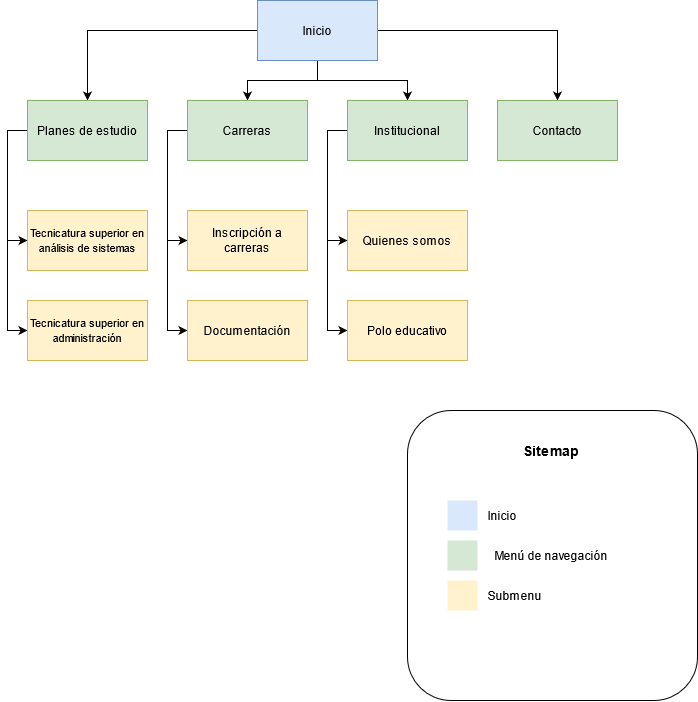
Above: Documentacion/Sitemap.png in EmanuelSotomayor/potrero-digital-proyectofinal (draw.io), before the change. Source tidied: cells renumbered, new cells last; positions are measured from the earlier drawing's top-left corner, leaving out a move shared by most shapes. Its diagram source:
```xml
<mxGraphModel>
  <root>
    <mxCell id="0" />
    <mxCell id="1" parent="0" />
    <mxCell id="2" style="edgeStyle=orthogonalEdgeStyle;rounded=0;jettySize=auto;html=1;entryX=0.5;entryY=0;entryDx=0;entryDy=0;" parent="1" edge="1" source="6" target="12">
      <mxGeometry relative="1" as="geometry" />
    </mxCell>
    <mxCell id="3" style="edgeStyle=orthogonalEdgeStyle;rounded=0;jettySize=auto;html=1;entryX=0.5;entryY=0;entryDx=0;entryDy=0;" parent="1" edge="1" source="6" target="9">
      <mxGeometry relative="1" as="geometry" />
    </mxCell>
    <mxCell id="4" style="edgeStyle=orthogonalEdgeStyle;rounded=0;jettySize=auto;html=1;entryX=0.5;entryY=0;entryDx=0;entryDy=0;" parent="1" edge="1" source="6" target="16">
      <mxGeometry relative="1" as="geometry" />
    </mxCell>
    <mxCell id="5" style="edgeStyle=orthogonalEdgeStyle;rounded=0;jettySize=auto;html=1;entryX=0.5;entryY=0;entryDx=0;entryDy=0;" parent="1" edge="1" source="6" target="15">
      <mxGeometry relative="1" as="geometry" />
    </mxCell>
    <mxCell id="6" value="Inicio" style="rounded=0;whiteSpace=wrap;html=1;strokeColor=#6c8ebf;fillColor=#dae8fc;" parent="1" vertex="1">
      <mxGeometry x="250" width="120" height="60" as="geometry" />
    </mxCell>
    <mxCell id="7" style="edgeStyle=orthogonalEdgeStyle;rounded=0;jettySize=auto;html=1;entryX=0;entryY=0.5;entryDx=0;entryDy=0;" parent="1" edge="1" source="9" target="20">
      <mxGeometry relative="1" as="geometry">
        <Array as="points">
          <mxPoint y="130" />
          <mxPoint y="330" />
        </Array>
      </mxGeometry>
    </mxCell>
    <mxCell id="8" style="edgeStyle=orthogonalEdgeStyle;rounded=0;jettySize=auto;html=1;entryX=0;entryY=0.5;entryDx=0;entryDy=0;exitX=0;exitY=0.5;exitDx=0;exitDy=0;" parent="1" edge="1" source="9" target="19">
      <mxGeometry relative="1" as="geometry">
        <Array as="points">
          <mxPoint y="130" />
          <mxPoint y="240" />
        </Array>
      </mxGeometry>
    </mxCell>
    <mxCell id="9" value="Planes de estudio" style="rounded=0;whiteSpace=wrap;html=1;strokeColor=#82b366;fillColor=#d5e8d4;" parent="1" vertex="1">
      <mxGeometry x="20" y="100" width="120" height="60" as="geometry" />
    </mxCell>
    <mxCell id="10" style="edgeStyle=orthogonalEdgeStyle;rounded=0;jettySize=auto;html=1;entryX=0;entryY=0.5;entryDx=0;entryDy=0;exitX=0;exitY=0.5;exitDx=0;exitDy=0;" parent="1" edge="1" source="12" target="17">
      <mxGeometry relative="1" as="geometry">
        <Array as="points">
          <mxPoint x="160" y="130" />
          <mxPoint x="160" y="240" />
        </Array>
      </mxGeometry>
    </mxCell>
    <mxCell id="11" style="edgeStyle=orthogonalEdgeStyle;rounded=0;jettySize=auto;html=1;exitX=0;exitY=0.5;exitDx=0;exitDy=0;entryX=0;entryY=0.5;entryDx=0;entryDy=0;" parent="1" edge="1" source="12" target="18">
      <mxGeometry relative="1" as="geometry" />
    </mxCell>
    <mxCell id="12" value="Carreras" style="rounded=0;whiteSpace=wrap;html=1;strokeColor=#82b366;fillColor=#d5e8d4;" parent="1" vertex="1">
      <mxGeometry x="180" y="100" width="120" height="60" as="geometry" />
    </mxCell>
    <mxCell id="13" style="edgeStyle=orthogonalEdgeStyle;rounded=0;jettySize=auto;html=1;entryX=0;entryY=0.5;entryDx=0;entryDy=0;exitX=0;exitY=0.5;exitDx=0;exitDy=0;" parent="1" edge="1" source="15" target="21">
      <mxGeometry relative="1" as="geometry">
        <Array as="points">
          <mxPoint x="320" y="130" />
          <mxPoint x="320" y="240" />
        </Array>
      </mxGeometry>
    </mxCell>
    <mxCell id="14" style="edgeStyle=orthogonalEdgeStyle;rounded=0;jettySize=auto;html=1;entryX=0;entryY=0.5;entryDx=0;entryDy=0;" parent="1" edge="1" source="15" target="22">
      <mxGeometry relative="1" as="geometry">
        <Array as="points">
          <mxPoint x="320" y="130" />
          <mxPoint x="320" y="330" />
        </Array>
      </mxGeometry>
    </mxCell>
    <mxCell id="15" value="Institucional" style="rounded=0;whiteSpace=wrap;html=1;strokeColor=#82b366;fillColor=#d5e8d4;" parent="1" vertex="1">
      <mxGeometry x="340" y="100" width="120" height="60" as="geometry" />
    </mxCell>
    <mxCell id="16" value="Contacto" style="rounded=0;whiteSpace=wrap;html=1;strokeColor=#82b366;fillColor=#d5e8d4;" parent="1" vertex="1">
      <mxGeometry x="490" y="100" width="120" height="60" as="geometry" />
    </mxCell>
    <mxCell id="17" value="Inscripción a carreras" style="rounded=0;whiteSpace=wrap;html=1;strokeColor=#d6b656;fillColor=#fff2cc;" parent="1" vertex="1">
      <mxGeometry x="180" y="210" width="120" height="60" as="geometry" />
    </mxCell>
    <mxCell id="18" value="Documentación" style="rounded=0;whiteSpace=wrap;html=1;strokeColor=#d6b656;fillColor=#fff2cc;" parent="1" vertex="1">
      <mxGeometry x="180" y="300" width="120" height="60" as="geometry" />
    </mxCell>
    <mxCell id="19" value="&lt;font style=&quot;font-size: 11px&quot;&gt;Tecnicatura superior en análisis de sistemas&lt;/font&gt;" style="rounded=0;whiteSpace=wrap;html=1;strokeColor=#d6b656;fillColor=#fff2cc;" parent="1" vertex="1">
      <mxGeometry x="20" y="210" width="120" height="60" as="geometry" />
    </mxCell>
    <mxCell id="20" value="&lt;font style=&quot;font-size: 11px&quot;&gt;Tecnicatura superior en administración&lt;br&gt;&lt;/font&gt;" style="rounded=0;whiteSpace=wrap;html=1;strokeColor=#d6b656;fillColor=#fff2cc;" parent="1" vertex="1">
      <mxGeometry x="20" y="300" width="120" height="60" as="geometry" />
    </mxCell>
    <mxCell id="21" value="Quienes somos" style="rounded=0;whiteSpace=wrap;html=1;strokeColor=#d6b656;fillColor=#fff2cc;" parent="1" vertex="1">
      <mxGeometry x="340" y="210" width="120" height="60" as="geometry" />
    </mxCell>
    <mxCell id="22" value="Polo educativo" style="rounded=0;whiteSpace=wrap;html=1;strokeColor=#d6b656;fillColor=#fff2cc;" parent="1" vertex="1">
      <mxGeometry x="340" y="300" width="120" height="60" as="geometry" />
    </mxCell>
    <mxCell id="23" style="rounded=1;whiteSpace=wrap;html=1;" parent="1" vertex="1">
      <mxGeometry x="400" y="410" width="290" height="290" as="geometry" />
    </mxCell>
    <mxCell id="24" style="whiteSpace=wrap;html=1;fillColor=#dae8fc;strokeColor=none;" parent="1" vertex="1">
      <mxGeometry x="440" y="500" width="30" height="30" as="geometry" />
    </mxCell>
    <mxCell id="25" style="whiteSpace=wrap;html=1;fillColor=#d5e8d4;strokeColor=none;" parent="1" vertex="1">
      <mxGeometry x="440" y="540" width="30" height="30" as="geometry" />
    </mxCell>
    <mxCell id="26" style="whiteSpace=wrap;html=1;fillColor=#fff2cc;strokeColor=none;" parent="1" vertex="1">
      <mxGeometry x="440" y="580" width="30" height="30" as="geometry" />
    </mxCell>
    <mxCell id="27" value="Inicio" style="text;html=1;strokeColor=none;fillColor=none;align=center;verticalAlign=middle;whiteSpace=wrap;rounded=0;" parent="1" vertex="1">
      <mxGeometry x="480" y="505" width="30" height="20" as="geometry" />
    </mxCell>
    <mxCell id="28" value="Menú de navegación" style="text;html=1;strokeColor=none;fillColor=none;align=center;verticalAlign=middle;whiteSpace=wrap;rounded=0;" parent="1" vertex="1">
      <mxGeometry x="480" y="545" width="127.5" height="20" as="geometry" />
    </mxCell>
    <mxCell id="29" value="Submenu" style="text;html=1;strokeColor=none;fillColor=none;align=center;verticalAlign=middle;whiteSpace=wrap;rounded=0;" parent="1" vertex="1">
      <mxGeometry x="480" y="585" width="55" height="20" as="geometry" />
    </mxCell>
    <mxCell id="30" value="&lt;font style=&quot;font-size: 14px&quot;&gt;&lt;b&gt;Sitemap&lt;/b&gt;&lt;/font&gt;" style="text;html=1;strokeColor=none;fillColor=none;align=center;verticalAlign=middle;whiteSpace=wrap;rounded=0;" parent="1" vertex="1">
      <mxGeometry x="523.8" y="440" width="40" height="20" as="geometry" />
    </mxCell>
  </root>
</mxGraphModel>
```
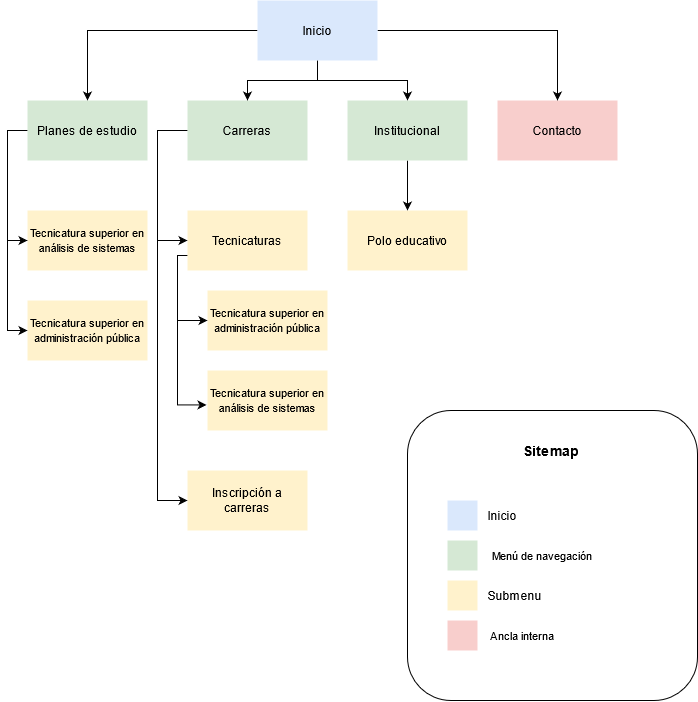
Above is the later version.

Change to the diagram source:
```diff
@@ -14,7 +14,7 @@
     <mxCell id="5" style="edgeStyle=orthogonalEdgeStyle;rounded=0;jettySize=auto;html=1;entryX=0.5;entryY=0;entryDx=0;entryDy=0;" parent="1" edge="1" source="6" target="15">
       <mxGeometry relative="1" as="geometry" />
     </mxCell>
-    <mxCell id="6" value="Inicio" style="rounded=0;whiteSpace=wrap;html=1;strokeColor=#6c8ebf;fillColor=#dae8fc;" parent="1" vertex="1">
+    <mxCell id="6" value="Inicio" style="rounded=0;whiteSpace=wrap;html=1;fillColor=#dae8fc;strokeColor=none;" parent="1" vertex="1">
       <mxGeometry x="250" width="120" height="60" as="geometry" />
     </mxCell>
     <mxCell id="7" style="edgeStyle=orthogonalEdgeStyle;rounded=0;jettySize=auto;html=1;entryX=0;entryY=0.5;entryDx=0;entryDy=0;" parent="1" edge="1" source="9" target="20">
@@ -33,62 +33,67 @@
         </Array>
       </mxGeometry>
     </mxCell>
-    <mxCell id="9" value="Planes de estudio" style="rounded=0;whiteSpace=wrap;html=1;strokeColor=#82b366;fillColor=#d5e8d4;" parent="1" vertex="1">
+    <mxCell id="9" value="Planes de estudio" style="rounded=0;whiteSpace=wrap;html=1;fillColor=#d5e8d4;strokeColor=none;" parent="1" vertex="1">
       <mxGeometry x="20" y="100" width="120" height="60" as="geometry" />
     </mxCell>
     <mxCell id="10" style="edgeStyle=orthogonalEdgeStyle;rounded=0;jettySize=auto;html=1;entryX=0;entryY=0.5;entryDx=0;entryDy=0;exitX=0;exitY=0.5;exitDx=0;exitDy=0;" parent="1" edge="1" source="12" target="17">
       <mxGeometry relative="1" as="geometry">
         <Array as="points">
-          <mxPoint x="160" y="130" />
-          <mxPoint x="160" y="240" />
+          <mxPoint x="150" y="130" />
+          <mxPoint x="150" y="240" />
         </Array>
       </mxGeometry>
     </mxCell>
     <mxCell id="11" style="edgeStyle=orthogonalEdgeStyle;rounded=0;jettySize=auto;html=1;exitX=0;exitY=0.5;exitDx=0;exitDy=0;entryX=0;entryY=0.5;entryDx=0;entryDy=0;" parent="1" edge="1" source="12" target="18">
-      <mxGeometry relative="1" as="geometry" />
+      <mxGeometry relative="1" as="geometry">
+        <Array as="points">
+          <mxPoint x="150" y="130" />
+          <mxPoint x="150" y="500" />
+        </Array>
+      </mxGeometry>
     </mxCell>
-    <mxCell id="12" value="Carreras" style="rounded=0;whiteSpace=wrap;html=1;strokeColor=#82b366;fillColor=#d5e8d4;" parent="1" vertex="1">
+    <mxCell id="12" value="Carreras" style="rounded=0;whiteSpace=wrap;html=1;fillColor=#d5e8d4;strokeColor=none;" parent="1" vertex="1">
       <mxGeometry x="180" y="100" width="120" height="60" as="geometry" />
     </mxCell>
-    <mxCell id="13" style="edgeStyle=orthogonalEdgeStyle;rounded=0;jettySize=auto;html=1;entryX=0;entryY=0.5;entryDx=0;entryDy=0;exitX=0;exitY=0.5;exitDx=0;exitDy=0;" parent="1" edge="1" source="15" target="21">
-      <mxGeometry relative="1" as="geometry">
-        <Array as="points">
-          <mxPoint x="320" y="130" />
-          <mxPoint x="320" y="240" />
-        </Array>
-      </mxGeometry>
-    </mxCell>
-    <mxCell id="14" style="edgeStyle=orthogonalEdgeStyle;rounded=0;jettySize=auto;html=1;entryX=0;entryY=0.5;entryDx=0;entryDy=0;" parent="1" edge="1" source="15" target="22">
-      <mxGeometry relative="1" as="geometry">
-        <Array as="points">
-          <mxPoint x="320" y="130" />
-          <mxPoint x="320" y="330" />
-        </Array>
-      </mxGeometry>
+    <mxCell id="14" style="edgeStyle=orthogonalEdgeStyle;rounded=0;jettySize=auto;html=1;entryX=0.5;entryY=0;entryDx=0;entryDy=0;" parent="1" edge="1" source="15" target="22">
+      <mxGeometry relative="1" as="geometry" />
     </mxCell>
-    <mxCell id="15" value="Institucional" style="rounded=0;whiteSpace=wrap;html=1;strokeColor=#82b366;fillColor=#d5e8d4;" parent="1" vertex="1">
+    <mxCell id="15" value="Institucional" style="rounded=0;whiteSpace=wrap;html=1;fillColor=#d5e8d4;strokeColor=none;" parent="1" vertex="1">
       <mxGeometry x="340" y="100" width="120" height="60" as="geometry" />
     </mxCell>
-    <mxCell id="16" value="Contacto" style="rounded=0;whiteSpace=wrap;html=1;strokeColor=#82b366;fillColor=#d5e8d4;" parent="1" vertex="1">
+    <mxCell id="16" value="Contacto" style="rounded=0;whiteSpace=wrap;html=1;fillColor=#f8cecc;strokeColor=none;" parent="1" vertex="1">
       <mxGeometry x="490" y="100" width="120" height="60" as="geometry" />
     </mxCell>
+    <mxCell id="31" style="edgeStyle=orthogonalEdgeStyle;rounded=0;jettySize=auto;html=1;exitX=0;exitY=0.75;exitDx=0;exitDy=0;entryX=0;entryY=0.5;entryDx=0;entryDy=0;" parent="1" edge="1" source="17" target="36">
+      <mxGeometry relative="1" as="geometry">
+        <Array as="points">
+          <mxPoint x="170" y="255" />
+          <mxPoint x="170" y="320" />
+        </Array>
+      </mxGeometry>
+    </mxCell>
+    <mxCell id="32" style="edgeStyle=orthogonalEdgeStyle;rounded=0;jettySize=auto;html=1;exitX=0;exitY=0.75;exitDx=0;exitDy=0;entryX=-0.008;entryY=0.574;entryDx=0;entryDy=0;entryPerimeter=0;" parent="1" edge="1" source="17" target="35">
+      <mxGeometry relative="1" as="geometry">
+        <Array as="points">
+          <mxPoint x="170" y="255" />
+          <mxPoint x="170" y="404" />
+        </Array>
+      </mxGeometry>
+    </mxCell>
-    <mxCell id="17" value="Inscripción a carreras" style="rounded=0;whiteSpace=wrap;html=1;strokeColor=#d6b656;fillColor=#fff2cc;" parent="1" vertex="1">
+    <mxCell id="17" value="Tecnicaturas" style="rounded=0;whiteSpace=wrap;html=1;fillColor=#fff2cc;strokeColor=none;" parent="1" vertex="1">
       <mxGeometry x="180" y="210" width="120" height="60" as="geometry" />
     </mxCell>
-    <mxCell id="18" value="Documentación" style="rounded=0;whiteSpace=wrap;html=1;strokeColor=#d6b656;fillColor=#fff2cc;" parent="1" vertex="1">
-      <mxGeometry x="180" y="300" width="120" height="60" as="geometry" />
+    <mxCell id="18" value="Inscripción a carreras" style="rounded=0;whiteSpace=wrap;html=1;fillColor=#fff2cc;strokeColor=none;" parent="1" vertex="1">
+      <mxGeometry x="180" y="470" width="120" height="60" as="geometry" />
     </mxCell>
-    <mxCell id="19" value="&lt;font style=&quot;font-size: 11px&quot;&gt;Tecnicatura superior en análisis de sistemas&lt;/font&gt;" style="rounded=0;whiteSpace=wrap;html=1;strokeColor=#d6b656;fillColor=#fff2cc;" parent="1" vertex="1">
+    <mxCell id="19" value="&lt;font style=&quot;font-size: 11px&quot;&gt;Tecnicatura superior en análisis de sistemas&lt;/font&gt;" style="rounded=0;whiteSpace=wrap;html=1;fillColor=#fff2cc;strokeColor=none;" parent="1" vertex="1">
       <mxGeometry x="20" y="210" width="120" height="60" as="geometry" />
     </mxCell>
-    <mxCell id="20" value="&lt;font style=&quot;font-size: 11px&quot;&gt;Tecnicatura superior en administración&lt;br&gt;&lt;/font&gt;" style="rounded=0;whiteSpace=wrap;html=1;strokeColor=#d6b656;fillColor=#fff2cc;" parent="1" vertex="1">
+    <mxCell id="20" value="&lt;font style=&quot;font-size: 11px&quot;&gt;Tecnicatura superior en administración pública&lt;br&gt;&lt;/font&gt;" style="rounded=0;whiteSpace=wrap;html=1;fillColor=#fff2cc;strokeColor=none;" parent="1" vertex="1">
       <mxGeometry x="20" y="300" width="120" height="60" as="geometry" />
     </mxCell>
-    <mxCell id="21" value="Quienes somos" style="rounded=0;whiteSpace=wrap;html=1;strokeColor=#d6b656;fillColor=#fff2cc;" parent="1" vertex="1">
-      <mxGeometry x="340" y="210" width="120" height="60" as="geometry" />
-    </mxCell>
-    <mxCell id="22" value="Polo educativo" style="rounded=0;whiteSpace=wrap;html=1;strokeColor=#d6b656;fillColor=#fff2cc;" parent="1" vertex="1">
-      <mxGeometry x="340" y="300" width="120" height="60" as="geometry" />
+    <mxCell id="22" value="Polo educativo" style="rounded=0;whiteSpace=wrap;html=1;fillColor=#fff2cc;strokeColor=none;" parent="1" vertex="1">
+      <mxGeometry x="340" y="210" width="120" height="60" as="geometry" />
     </mxCell>
     <mxCell id="23" style="rounded=1;whiteSpace=wrap;html=1;" parent="1" vertex="1">
       <mxGeometry x="400" y="410" width="290" height="290" as="geometry" />
@@ -105,8 +110,8 @@
     <mxCell id="27" value="Inicio" style="text;html=1;strokeColor=none;fillColor=none;align=center;verticalAlign=middle;whiteSpace=wrap;rounded=0;" parent="1" vertex="1">
       <mxGeometry x="480" y="505" width="30" height="20" as="geometry" />
     </mxCell>
-    <mxCell id="28" value="Menú de navegación" style="text;html=1;strokeColor=none;fillColor=none;align=center;verticalAlign=middle;whiteSpace=wrap;rounded=0;" parent="1" vertex="1">
-      <mxGeometry x="480" y="545" width="127.5" height="20" as="geometry" />
+    <mxCell id="28" value="&lt;font style=&quot;font-size: 11px&quot;&gt;Menú de navegación&lt;/font&gt;" style="text;html=1;strokeColor=none;fillColor=none;align=center;verticalAlign=middle;whiteSpace=wrap;rounded=0;" parent="1" vertex="1">
+      <mxGeometry x="480" y="545" width="110" height="20" as="geometry" />
     </mxCell>
     <mxCell id="29" value="Submenu" style="text;html=1;strokeColor=none;fillColor=none;align=center;verticalAlign=middle;whiteSpace=wrap;rounded=0;" parent="1" vertex="1">
       <mxGeometry x="480" y="585" width="55" height="20" as="geometry" />
@@ -114,5 +119,17 @@
     <mxCell id="30" value="&lt;font style=&quot;font-size: 14px&quot;&gt;&lt;b&gt;Sitemap&lt;/b&gt;&lt;/font&gt;" style="text;html=1;strokeColor=none;fillColor=none;align=center;verticalAlign=middle;whiteSpace=wrap;rounded=0;" parent="1" vertex="1">
       <mxGeometry x="523.8" y="440" width="40" height="20" as="geometry" />
     </mxCell>
+    <mxCell id="33" style="whiteSpace=wrap;html=1;fillColor=#f8cecc;strokeColor=none;" parent="1" vertex="1">
+      <mxGeometry x="440" y="620" width="30" height="30" as="geometry" />
+    </mxCell>
+    <mxCell id="34" value="&lt;font style=&quot;font-size: 11px&quot;&gt;Ancla interna&lt;/font&gt;" style="text;html=1;strokeColor=none;fillColor=none;align=center;verticalAlign=middle;whiteSpace=wrap;rounded=0;" parent="1" vertex="1">
+      <mxGeometry x="480" y="625" width="70" height="20" as="geometry" />
+    </mxCell>
+    <mxCell id="35" value="&lt;font style=&quot;font-size: 11px&quot;&gt;Tecnicatura superior en análisis de sistemas&lt;/font&gt;" style="rounded=0;whiteSpace=wrap;html=1;fillColor=#fff2cc;strokeColor=none;" parent="1" vertex="1">
+      <mxGeometry x="200" y="370" width="120" height="60" as="geometry" />
+    </mxCell>
+    <mxCell id="36" value="&lt;font style=&quot;font-size: 11px&quot;&gt;Tecnicatura superior en administración pública&lt;br&gt;&lt;/font&gt;" style="rounded=0;whiteSpace=wrap;html=1;fillColor=#fff2cc;strokeColor=none;" parent="1" vertex="1">
+      <mxGeometry x="200" y="290" width="120" height="60" as="geometry" />
+    </mxCell>
   </root>
 </mxGraphModel>
```
